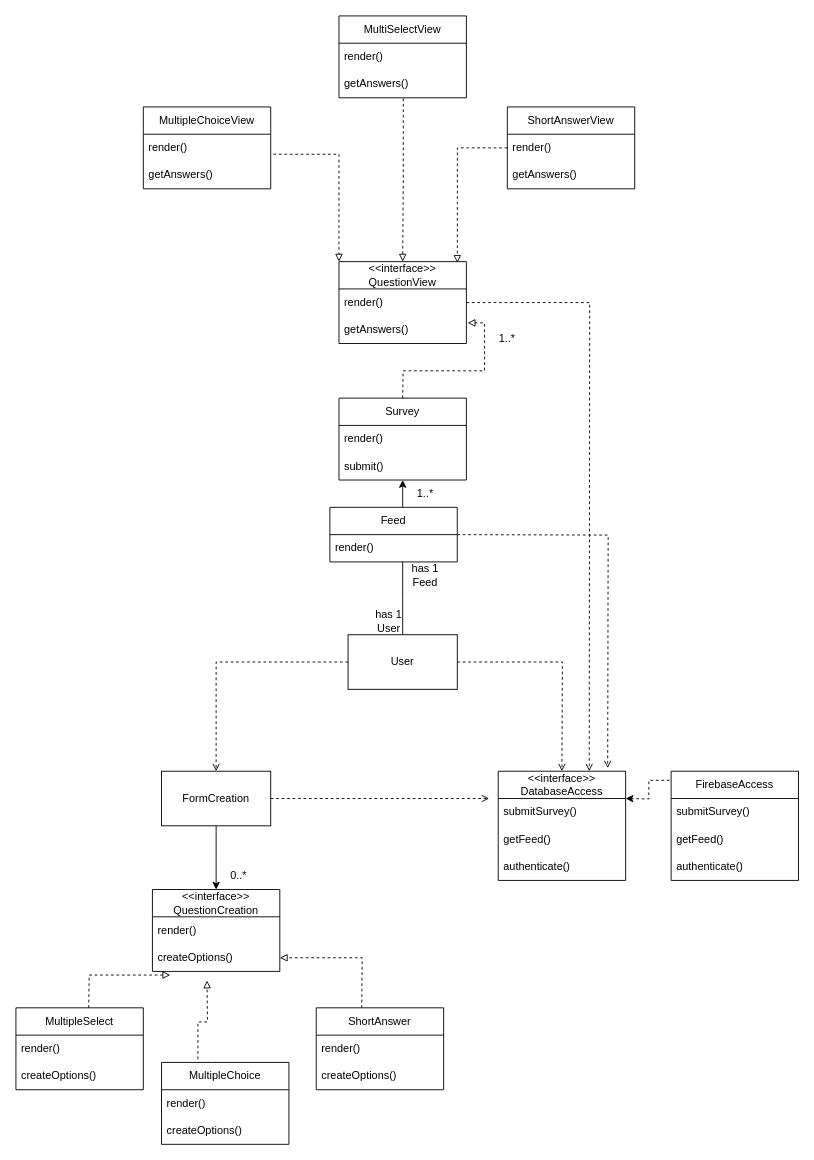
Earlier version of the draw.io diagram docs/design/class_diagram.drawio (jhu-oose-f24/Team-SuperSurveyors). Source tidied: cells renumbered, new cells numbered last; positions are measured from the earlier drawing's top-left corner, leaving out a move shared by most shapes. Both pictures are drawn from the tidied source at 91%, with x=0, y=0 at pixel (15, 15).
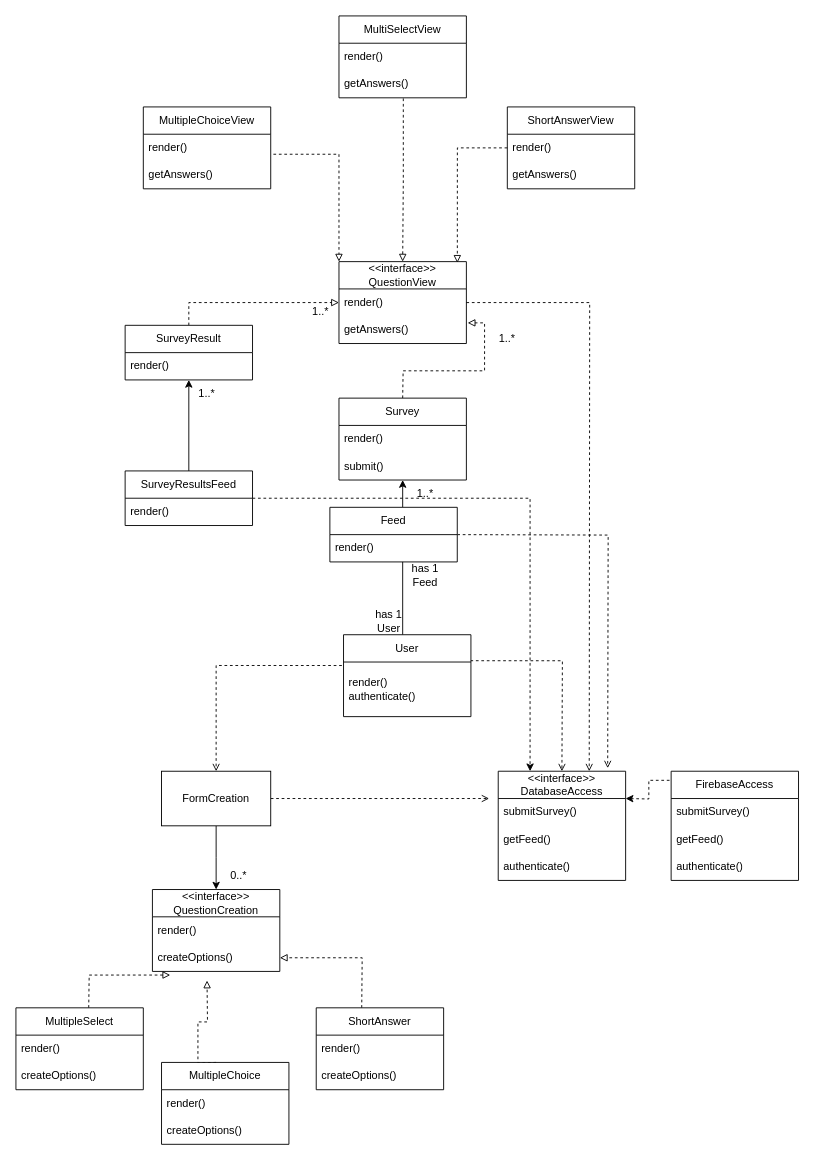
Above is the later version.

Commit message (it also covers changes not shown here):
Updated Firebase to main account, updated UML diagram

The change refers to these unchanged cells:
```xml
<mxCell id="5" value="FormCreation" style="rounded=0;whiteSpace=wrap;html=1;" parent="1" vertex="1">
  <mxGeometry x="160" y="830" width="120" height="60" as="geometry" />
</mxCell>
<mxCell id="35" value="render()" style="text;strokeColor=none;fillColor=none;align=left;verticalAlign=middle;spacingLeft=4;spacingRight=4;overflow=hidden;points=[[0,0.5],[1,0.5]];portConstraint=eastwest;whiteSpace=wrap;html=1;" parent="34" vertex="1">
  <mxGeometry y="30" width="140" height="30" as="geometry" />
</mxCell>
<mxCell id="42" value="&amp;lt;&amp;lt;interface&amp;gt;&amp;gt;&lt;div&gt;DatabaseAccess&lt;/div&gt;" style="swimlane;fontStyle=0;horizontal=1;startSize=30;whiteSpace=wrap;html=1;" parent="1" vertex="1">
  <mxGeometry x="530" y="830" width="140" height="120" as="geometry" />
</mxCell>
```

Diff of the diagram source:
```diff
@@
-    <mxCell id="10" style="edgeStyle=orthogonalEdgeStyle;rounded=0;jettySize=auto;html=1;entryX=0.5;entryY=0;entryDx=0;entryDy=0;endArrow=open;endFill=0;dashed=1;" parent="1" edge="1" source="13" target="5">
+    <mxCell id="10" style="edgeStyle=orthogonalEdgeStyle;rounded=0;jettySize=auto;html=1;entryX=0.5;entryY=0;entryDx=0;entryDy=0;endArrow=open;endFill=0;dashed=1;exitX=-0.013;exitY=0.064;exitDx=0;exitDy=0;exitPerimeter=0;" parent="1" edge="1" source="62" target="5">
       <mxGeometry relative="1" as="geometry" />
     </mxCell>
-    <mxCell id="11" style="edgeStyle=orthogonalEdgeStyle;rounded=0;jettySize=auto;html=1;exitX=1;exitY=0.5;exitDx=0;exitDy=0;entryX=0.5;entryY=0;entryDx=0;entryDy=0;endArrow=open;endFill=0;dashed=1;" parent="1" edge="1" source="13">
+    <mxCell id="11" style="edgeStyle=orthogonalEdgeStyle;rounded=0;jettySize=auto;html=1;exitX=0.996;exitY=-0.024;exitDx=0;exitDy=0;entryX=0.5;entryY=0;entryDx=0;entryDy=0;endArrow=open;endFill=0;dashed=1;exitPerimeter=0;" parent="1" edge="1" source="62">
       <mxGeometry relative="1" as="geometry">
         <mxPoint x="600" y="830" as="targetPoint" />
       </mxGeometry>
     </mxCell>
-    <mxCell id="12" style="edgeStyle=orthogonalEdgeStyle;rounded=0;jettySize=auto;html=1;exitX=0.5;exitY=0;exitDx=0;exitDy=0;entryX=0.5;entryY=1;entryDx=0;entryDy=0;endArrow=none;endFill=0;" parent="1" edge="1" source="13">
+    <mxCell id="12" style="edgeStyle=orthogonalEdgeStyle;rounded=0;orthogonalLoop=1;jettySize=auto;html=1;exitX=0.5;exitY=0;exitDx=0;exitDy=0;entryX=0.5;entryY=1;entryDx=0;entryDy=0;endArrow=none;endFill=0;" parent="1" edge="1">
       <mxGeometry relative="1" as="geometry">
+        <mxPoint x="425" y="680" as="sourcePoint" />
         <mxPoint x="425" y="600" as="targetPoint" />
       </mxGeometry>
     </mxCell>
-    <mxCell id="13" value="User" style="rounded=0;whiteSpace=wrap;html=1;" parent="1" vertex="1">
-      <mxGeometry x="365" y="680" width="120" height="60" as="geometry" />
-    </mxCell>
@@
+    <mxCell id="13" value="User" style="swimlane;fontStyle=0;horizontal=1;startSize=30;whiteSpace=wrap;html=1;" parent="1" vertex="1">
+      <mxGeometry x="360" y="680" width="140" height="90" as="geometry" />
+    </mxCell>
+    <mxCell id="62" value="render()&lt;div&gt;authenticate()&lt;/div&gt;" style="text;strokeColor=none;fillColor=none;align=left;verticalAlign=middle;spacingLeft=4;spacingRight=4;overflow=hidden;points=[[0,0.5],[1,0.5]];portConstraint=eastwest;whiteSpace=wrap;html=1;" parent="13" vertex="1">
+      <mxGeometry y="30" width="140" height="60" as="geometry" />
+    </mxCell>
+    <mxCell id="63" style="edgeStyle=orthogonalEdgeStyle;rounded=0;jettySize=auto;html=1;exitX=1;exitY=0.5;exitDx=0;exitDy=0;entryX=0.25;entryY=0;entryDx=0;entryDy=0;dashed=1;" parent="1" edge="1" source="65" target="42">
+      <mxGeometry relative="1" as="geometry" />
+    </mxCell>
+    <mxCell id="64" style="edgeStyle=orthogonalEdgeStyle;rounded=0;jettySize=auto;html=1;exitX=0.5;exitY=0;exitDx=0;exitDy=0;entryX=0.5;entryY=1;entryDx=0;entryDy=0;" parent="1" edge="1" source="65" target="68">
+      <mxGeometry relative="1" as="geometry" />
+    </mxCell>
+    <mxCell id="65" value="SurveyResultsFeed" style="swimlane;fontStyle=0;horizontal=1;startSize=30;whiteSpace=wrap;html=1;" parent="1" vertex="1">
+      <mxGeometry x="120" y="500" width="140" height="60" as="geometry" />
+    </mxCell>
+    <mxCell id="66" value="render()" style="text;strokeColor=none;fillColor=none;align=left;verticalAlign=middle;spacingLeft=4;spacingRight=4;overflow=hidden;whiteSpace=wrap;html=1;" parent="65" vertex="1">
+      <mxGeometry y="30" width="140" height="30" as="geometry" />
+    </mxCell>
+    <mxCell id="67" style="edgeStyle=orthogonalEdgeStyle;rounded=0;jettySize=auto;html=1;exitX=0.5;exitY=0;exitDx=0;exitDy=0;entryX=0;entryY=0.5;entryDx=0;entryDy=0;dashed=1;endArrow=block;endFill=0;" parent="1" edge="1" source="68" target="35">
+      <mxGeometry relative="1" as="geometry" />
+    </mxCell>
+    <mxCell id="68" value="SurveyResult" style="swimlane;fontStyle=0;horizontal=1;startSize=30;whiteSpace=wrap;html=1;" parent="1" vertex="1">
+      <mxGeometry x="120" y="340" width="140" height="60" as="geometry" />
+    </mxCell>
+    <mxCell id="69" value="render()" style="text;strokeColor=none;fillColor=none;align=left;verticalAlign=middle;spacingLeft=4;spacingRight=4;overflow=hidden;whiteSpace=wrap;html=1;" parent="68" vertex="1">
+      <mxGeometry y="30" width="140" height="30" as="geometry" />
+    </mxCell>
+    <mxCell id="70" value="1..*" style="text;html=1;align=center;verticalAlign=middle;whiteSpace=wrap;rounded=0;" parent="1" vertex="1">
+      <mxGeometry x="180" y="400" width="60" height="30" as="geometry" />
+    </mxCell>
+    <mxCell id="71" value="1..*" style="text;html=1;align=center;verticalAlign=middle;whiteSpace=wrap;rounded=0;" parent="1" vertex="1">
+      <mxGeometry x="315" y="310" width="40" height="30" as="geometry" />
+    </mxCell>
```
